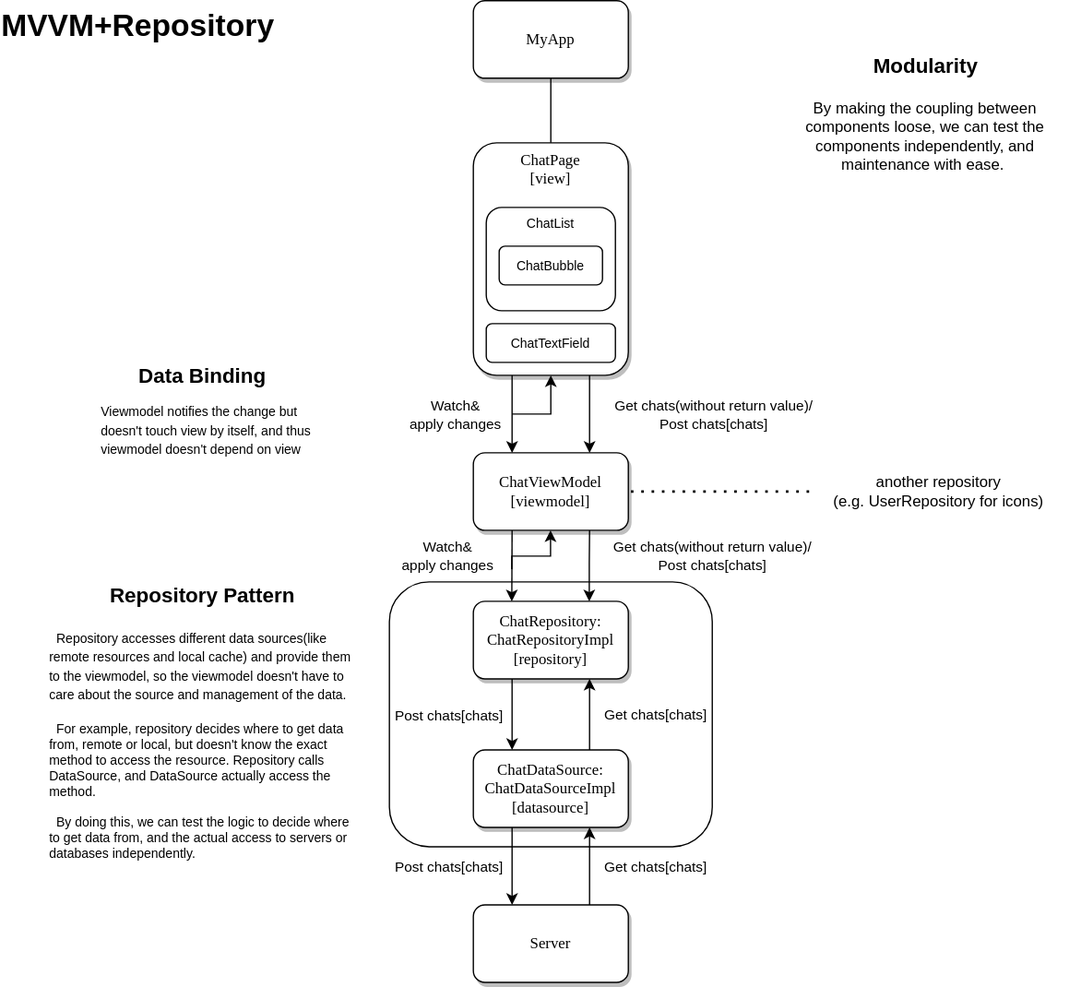
The draw.io diagram lib/chatapp.drawio.svg in TakabayaP/chatapp, before a commit. Source tidied: cells renumbered, new cells last; positions are measured from the earlier drawing's top-left corner, leaving out a move shared by most shapes.
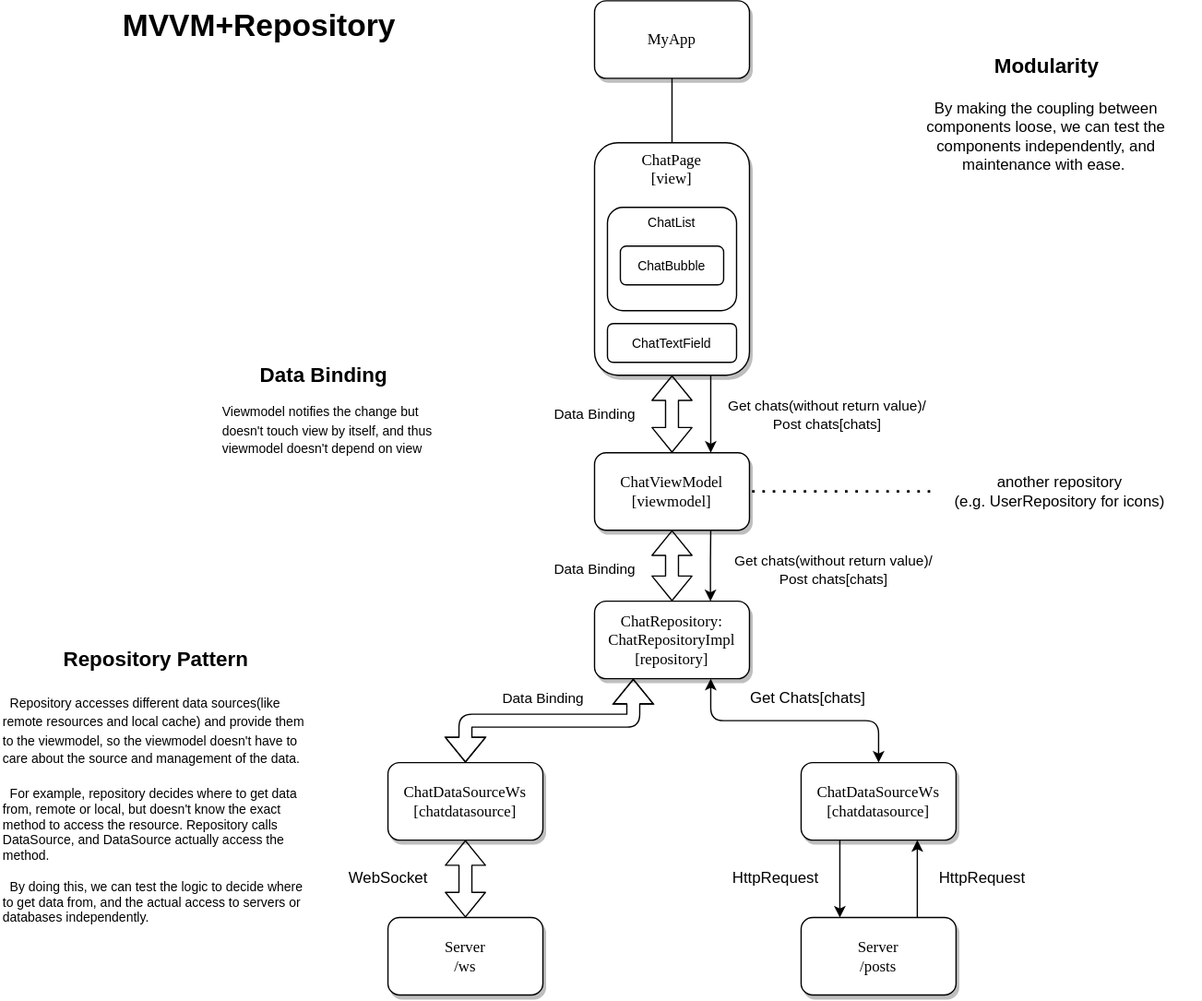
Above is the later version.

Change to the diagram source:
```diff
@@ -1,21 +1,10 @@
-<mxGraphModel background="#FFFFFF">
+<mxGraphModel>
   <root>
     <mxCell id="0" />
     <mxCell id="1" parent="0" />
-    <mxCell id="2" style="rounded=1;whiteSpace=wrap;html=1;fontSize=16;" parent="1" vertex="1">
-      <mxGeometry x="265" y="450" width="250" height="205" as="geometry" />
-    </mxCell>
     <mxCell id="3" value="MyApp" style="whiteSpace=wrap;html=1;rounded=1;shadow=1;labelBackgroundColor=none;strokeWidth=1;fontFamily=Verdana;fontSize=12;align=center;" parent="1" vertex="1">
       <mxGeometry x="330" width="120" height="60" as="geometry" />
     </mxCell>
-    <mxCell id="4" style="edgeStyle=orthogonalEdgeStyle;rounded=0;comic=0;jettySize=auto;html=1;labelBorderColor=none;entryX=0.5;entryY=1;entryDx=0;entryDy=0;" parent="1" edge="1" target="5">
-      <mxGeometry relative="1" as="geometry">
-        <mxPoint x="360" y="320" as="sourcePoint" />
-        <Array as="points">
-          <mxPoint x="390" y="320" />
-        </Array>
-      </mxGeometry>
-    </mxCell>
     <mxCell id="5" value="&lt;span&gt;ChatPage&lt;br&gt;[view]&lt;br&gt;&lt;/span&gt;" style="whiteSpace=wrap;html=1;rounded=1;shadow=1;labelBackgroundColor=none;strokeWidth=1;fontFamily=Verdana;fontSize=12;align=center;verticalAlign=top;" parent="1" vertex="1">
       <mxGeometry x="330" y="110" width="120" height="180" as="geometry" />
     </mxCell>
@@ -25,16 +14,6 @@
     <mxCell id="7" value="&lt;span&gt;ChatViewModel&lt;br&gt;[viewmodel]&lt;/span&gt;" style="whiteSpace=wrap;html=1;rounded=1;shadow=1;labelBackgroundColor=none;strokeWidth=1;fontFamily=Verdana;fontSize=12;align=center;" parent="1" vertex="1">
       <mxGeometry x="330" y="350" width="120" height="60" as="geometry" />
     </mxCell>
-    <mxCell id="8" style="endArrow=classic;html=1;rounded=0;labelBorderColor=none;comic=0;exitX=0.25;exitY=1;exitDx=0;exitDy=0;" parent="1" edge="1" source="5">
-      <mxGeometry relative="1" as="geometry">
-        <mxPoint x="360" y="350" as="targetPoint" />
-      </mxGeometry>
-    </mxCell>
-    <mxCell id="9" value="Watch&amp;amp;&lt;br&gt;apply changes" style="edgeLabel;html=1;align=center;verticalAlign=middle;" parent="8" vertex="1">
-      <mxGeometry relative="1" as="geometry">
-        <mxPoint x="-45" as="offset" />
-      </mxGeometry>
-    </mxCell>
     <mxCell id="10" value="&lt;span&gt;ChatRepository: ChatRepositoryImpl&lt;br&gt;[repository]&lt;/span&gt;" style="whiteSpace=wrap;html=1;rounded=1;shadow=1;labelBackgroundColor=none;strokeWidth=1;fontFamily=Verdana;fontSize=12;align=center;" parent="1" vertex="1">
       <mxGeometry x="330" y="465" width="120" height="60" as="geometry" />
     </mxCell>
@@ -47,49 +26,15 @@
     </mxCell>
     <mxCell id="12" value="Get chats(without return value)/&lt;br&gt;Post chats[chats]" style="edgeLabel;html=1;align=center;verticalAlign=middle;" parent="11" vertex="1">
       <mxGeometry relative="1" as="geometry">
-        <mxPoint x="95" as="offset" />
+        <mxPoint x="90" as="offset" />
       </mxGeometry>
     </mxCell>
-    <mxCell id="13" value="ChatDataSource:&lt;br&gt;ChatDataSourceImpl&lt;br&gt;[datasource]" style="whiteSpace=wrap;html=1;rounded=1;shadow=1;labelBackgroundColor=none;strokeWidth=1;fontFamily=Verdana;fontSize=12;align=center;" parent="1" vertex="1">
-      <mxGeometry x="330" y="580" width="120" height="60" as="geometry" />
+    <mxCell id="13" value="ChatDataSourceWs&lt;br&gt;[chatdatasource]" style="whiteSpace=wrap;html=1;rounded=1;shadow=1;labelBackgroundColor=none;strokeWidth=1;fontFamily=Verdana;fontSize=12;align=center;" parent="1" vertex="1">
+      <mxGeometry x="170" y="590" width="120" height="60" as="geometry" />
     </mxCell>
-    <mxCell id="14" style="endArrow=classic;html=1;rounded=0;labelBorderColor=none;comic=0;exitX=0.25;exitY=1;exitDx=0;exitDy=0;entryX=0.25;entryY=0;entryDx=0;entryDy=0;" parent="1" edge="1" source="10" target="13">
-      <mxGeometry relative="1" as="geometry" />
-    </mxCell>
-    <mxCell id="15" value="Post chats[chats]" style="edgeLabel;html=1;align=center;verticalAlign=middle;" parent="14" vertex="1">
-      <mxGeometry relative="1" as="geometry">
-        <mxPoint x="-50" as="offset" />
-      </mxGeometry>
-    </mxCell>
-    <mxCell id="16" style="endArrow=classic;html=1;rounded=0;labelBorderColor=none;comic=0;exitX=0.75;exitY=0;exitDx=0;exitDy=0;entryX=0.75;entryY=1;entryDx=0;entryDy=0;" parent="1" edge="1" source="13" target="10">
-      <mxGeometry relative="1" as="geometry" />
-    </mxCell>
-    <mxCell id="17" value="Get chats[chats]" style="edgeLabel;html=1;align=center;verticalAlign=middle;" parent="16" vertex="1">
-      <mxGeometry relative="1" as="geometry">
-        <mxPoint x="50" as="offset" />
-      </mxGeometry>
-    </mxCell>
-    <mxCell id="18" value="Server" style="whiteSpace=wrap;html=1;rounded=1;shadow=1;labelBackgroundColor=none;strokeWidth=1;fontFamily=Verdana;fontSize=12;align=center;" parent="1" vertex="1">
-      <mxGeometry x="330" y="700" width="120" height="60" as="geometry" />
+    <mxCell id="18" value="Server&lt;br&gt;/ws" style="whiteSpace=wrap;html=1;rounded=1;shadow=1;labelBackgroundColor=none;strokeWidth=1;fontFamily=Verdana;fontSize=12;align=center;" parent="1" vertex="1">
+      <mxGeometry x="170" y="710" width="120" height="60" as="geometry" />
     </mxCell>
-    <mxCell id="19" style="endArrow=classic;html=1;rounded=0;labelBorderColor=none;comic=0;exitX=0.25;exitY=1;exitDx=0;exitDy=0;entryX=0.25;entryY=0;entryDx=0;entryDy=0;" parent="1" edge="1" source="13" target="18">
-      <mxGeometry relative="1" as="geometry" />
-    </mxCell>
-    <mxCell id="20" value="Post chats[chats]" style="edgeLabel;html=1;align=center;verticalAlign=middle;" parent="19" vertex="1">
-      <mxGeometry relative="1" as="geometry">
-        <mxPoint x="-50" as="offset" />
-      </mxGeometry>
-    </mxCell>
-    <mxCell id="21" style="endArrow=classic;html=1;rounded=0;labelBorderColor=none;comic=0;exitX=0.75;exitY=0;exitDx=0;exitDy=0;entryX=0.75;entryY=1;entryDx=0;entryDy=0;" parent="1" edge="1" source="18">
-      <mxGeometry relative="1" as="geometry">
-        <mxPoint x="420" y="640" as="targetPoint" />
-      </mxGeometry>
-    </mxCell>
-    <mxCell id="22" value="Get chats[chats]" style="edgeLabel;html=1;align=center;verticalAlign=middle;" parent="21" vertex="1">
-      <mxGeometry relative="1" as="geometry">
-        <mxPoint x="50" as="offset" />
-      </mxGeometry>
-    </mxCell>
     <mxCell id="23" value="&lt;font style=&quot;font-size: 10px&quot;&gt;&lt;br&gt;Viewmodel notifies the change but doesn't touch view by itself, and thus viewmodel doesn't depend on view&lt;/font&gt;" style="text;html=1;strokeColor=none;fillColor=none;align=left;verticalAlign=middle;whiteSpace=wrap;rounded=0;" parent="1" vertex="1">
       <mxGeometry x="40" y="280" width="170" height="90" as="geometry" />
     </mxCell>
@@ -97,10 +42,10 @@
       <mxGeometry x="70" y="270" width="100" height="40" as="geometry" />
     </mxCell>
     <mxCell id="25" value="&lt;font style=&quot;font-size: 10px&quot;&gt;&amp;nbsp; Repository accesses different data sources(like remote resources and local cache) and provide them to the viewmodel, so the viewmodel doesn't have to care about the source and management of the data.&lt;br&gt;&lt;br&gt;&lt;div&gt;&lt;span&gt;&amp;nbsp; For example, repository decides where to get data from, remote or local, but doesn't know the exact method to access the resource. Repository calls DataSource, and DataSource actually access the method.&lt;/span&gt;&lt;/div&gt;&lt;div&gt;&lt;span&gt;&lt;br&gt;&lt;/span&gt;&lt;/div&gt;&lt;div&gt;&lt;span&gt;&amp;nbsp; By doing this, we can test the logic to decide where to get data from, and the actual access to servers or databases independently.&lt;/span&gt;&lt;/div&gt;&lt;/font&gt;" style="text;html=1;strokeColor=none;fillColor=none;align=left;verticalAlign=top;whiteSpace=wrap;rounded=0;" parent="1" vertex="1">
-      <mxGeometry y="480" width="240" height="190" as="geometry" />
+      <mxGeometry x="-130" y="530" width="240" height="190" as="geometry" />
     </mxCell>
     <mxCell id="26" value="Repository Pattern" style="text;strokeColor=none;fillColor=none;html=1;fontSize=16;fontStyle=1;verticalAlign=middle;align=center;" parent="1" vertex="1">
-      <mxGeometry x="70" y="440" width="100" height="40" as="geometry" />
+      <mxGeometry x="-60" y="490" width="100" height="40" as="geometry" />
     </mxCell>
     <mxCell id="27" value="ChatList" style="rounded=1;whiteSpace=wrap;html=1;fontSize=10;verticalAlign=top;" parent="1" vertex="1">
       <mxGeometry x="340" y="160" width="100" height="80" as="geometry" />
@@ -120,26 +65,6 @@
     <mxCell id="32" value="Modularity" style="text;strokeColor=none;fillColor=none;html=1;fontSize=16;fontStyle=1;verticalAlign=middle;align=center;" parent="1" vertex="1">
       <mxGeometry x="630" y="30" width="100" height="40" as="geometry" />
     </mxCell>
-    <mxCell id="33" style="edgeStyle=orthogonalEdgeStyle;rounded=0;comic=0;orthogonalLoop=1;jettySize=auto;html=1;labelBorderColor=none;entryX=0.5;entryY=1;entryDx=0;entryDy=0;" parent="1" edge="1">
-      <mxGeometry relative="1" as="geometry">
-        <mxPoint x="359.8" y="440" as="sourcePoint" />
-        <mxPoint x="389.8" y="410" as="targetPoint" />
-        <Array as="points">
-          <mxPoint x="360" y="430" />
-          <mxPoint x="390" y="430" />
-        </Array>
-      </mxGeometry>
-    </mxCell>
-    <mxCell id="34" style="endArrow=classic;html=1;rounded=0;labelBorderColor=none;comic=0;exitX=0.25;exitY=1;exitDx=0;exitDy=0;" parent="1" edge="1" source="7">
-      <mxGeometry relative="1" as="geometry">
-        <mxPoint x="359.8" y="465" as="targetPoint" />
-      </mxGeometry>
-    </mxCell>
-    <mxCell id="35" value="Watch&amp;amp;&lt;br&gt;apply changes" style="edgeLabel;html=1;align=center;verticalAlign=middle;" parent="34" vertex="1">
-      <mxGeometry relative="1" as="geometry">
-        <mxPoint x="-50" y="-8" as="offset" />
-      </mxGeometry>
-    </mxCell>
     <mxCell id="36" style="endArrow=classic;html=1;rounded=0;labelBorderColor=none;comic=0;entryX=0.75;entryY=0;entryDx=0;entryDy=0;exitX=0.75;exitY=1;exitDx=0;exitDy=0;" parent="1" edge="1" source="7">
       <mxGeometry relative="1" as="geometry">
         <mxPoint x="419.8" y="465" as="targetPoint" />
@@ -150,7 +75,7 @@
     </mxCell>
     <mxCell id="37" value="Get chats(without return value)/&lt;br&gt;Post chats[chats]" style="edgeLabel;html=1;align=center;verticalAlign=middle;" parent="36" vertex="1">
       <mxGeometry relative="1" as="geometry">
-        <mxPoint x="95" y="-8" as="offset" />
+        <mxPoint x="95" y="3" as="offset" />
       </mxGeometry>
     </mxCell>
     <mxCell id="38" style="endArrow=none;dashed=1;html=1;dashPattern=1 3;strokeWidth=2;rounded=0;entryX=1;entryY=0.5;entryDx=0;entryDy=0;" parent="1" edge="1" target="7">
@@ -161,5 +86,55 @@
     <mxCell id="39" value="another repository&lt;br&gt;(e.g. UserRepository for icons)" style="text;html=1;align=center;verticalAlign=middle;strokeColor=none;fillColor=none;" parent="1" vertex="1">
       <mxGeometry x="600" y="365" width="180" height="30" as="geometry" />
     </mxCell>
+    <mxCell id="40" style="shape=flexArrow;endArrow=classic;startArrow=classic;html=1;entryX=0.5;entryY=1;entryDx=0;entryDy=0;exitX=0.5;exitY=0;exitDx=0;exitDy=0;fillColor=none;" parent="1" edge="1" source="7" target="5">
+      <mxGeometry relative="1" as="geometry" />
+    </mxCell>
+    <mxCell id="41" value="Data Binding" style="edgeLabel;html=1;align=center;verticalAlign=middle;" parent="1" vertex="1">
+      <mxGeometry x="330" y="320" as="geometry" />
+    </mxCell>
+    <mxCell id="42" value="Data Binding" style="edgeLabel;html=1;align=center;verticalAlign=middle;" parent="1" vertex="1">
+      <mxGeometry x="330" y="440" as="geometry" />
+    </mxCell>
+    <mxCell id="43" style="shape=flexArrow;endArrow=classic;startArrow=classic;html=1;entryX=0.5;entryY=1;entryDx=0;entryDy=0;exitX=0.5;exitY=0;exitDx=0;exitDy=0;fillColor=none;" parent="1" edge="1" source="10">
+      <mxGeometry relative="1" as="geometry">
+        <mxPoint x="390" y="410" as="targetPoint" />
+      </mxGeometry>
+    </mxCell>
+    <mxCell id="44" value="Data Binding" style="edgeLabel;html=1;align=center;verticalAlign=middle;" parent="1" vertex="1">
+      <mxGeometry x="290" y="540" as="geometry" />
+    </mxCell>
+    <mxCell id="16" style="shape=flexArrow;endArrow=classic;startArrow=classic;html=1;entryX=0.25;entryY=1;entryDx=0;entryDy=0;exitX=0.5;exitY=0;exitDx=0;exitDy=0;fillColor=none;edgeStyle=orthogonalEdgeStyle;" parent="1" edge="1" source="13" target="10">
+      <mxGeometry relative="1" as="geometry" />
+    </mxCell>
+    <mxCell id="45" style="shape=flexArrow;endArrow=classic;startArrow=classic;html=1;gradientColor=none;exitX=0.5;exitY=0;exitDx=0;exitDy=0;entryX=0.5;entryY=1;entryDx=0;entryDy=0;" parent="1" edge="1" source="18" target="13">
+      <mxGeometry relative="1" as="geometry" />
+    </mxCell>
+    <mxCell id="46" value="WebSocket" style="text;html=1;align=center;verticalAlign=middle;strokeColor=none;" parent="1" vertex="1">
+      <mxGeometry x="130" y="670" width="80" height="20" as="geometry" />
+    </mxCell>
+    <mxCell id="47" style="edgeStyle=orthogonalEdgeStyle;html=1;exitX=0.25;exitY=1;exitDx=0;exitDy=0;entryX=0.25;entryY=0;entryDx=0;entryDy=0;gradientColor=none;" parent="1" edge="1" source="48" target="50">
+      <mxGeometry relative="1" as="geometry" />
+    </mxCell>
+    <mxCell id="48" value="ChatDataSourceWs&lt;br&gt;[chatdatasource]" style="whiteSpace=wrap;html=1;rounded=1;shadow=1;labelBackgroundColor=none;strokeWidth=1;fontFamily=Verdana;fontSize=12;align=center;" parent="1" vertex="1">
+      <mxGeometry x="490" y="590" width="120" height="60" as="geometry" />
+    </mxCell>
+    <mxCell id="49" style="edgeStyle=orthogonalEdgeStyle;html=1;exitX=0.75;exitY=0;exitDx=0;exitDy=0;entryX=0.75;entryY=1;entryDx=0;entryDy=0;gradientColor=none;" parent="1" edge="1" source="50" target="48">
+      <mxGeometry relative="1" as="geometry" />
+    </mxCell>
+    <mxCell id="50" value="Server&lt;br&gt;/posts" style="whiteSpace=wrap;html=1;rounded=1;shadow=1;labelBackgroundColor=none;strokeWidth=1;fontFamily=Verdana;fontSize=12;align=center;" parent="1" vertex="1">
+      <mxGeometry x="490" y="710" width="120" height="60" as="geometry" />
+    </mxCell>
+    <mxCell id="51" value="HttpRequest" style="text;html=1;align=center;verticalAlign=middle;strokeColor=none;" parent="1" vertex="1">
+      <mxGeometry x="430" y="670" width="80" height="20" as="geometry" />
+    </mxCell>
+    <mxCell id="52" value="HttpRequest" style="text;html=1;align=center;verticalAlign=middle;strokeColor=none;" parent="1" vertex="1">
+      <mxGeometry x="590" y="670" width="80" height="20" as="geometry" />
+    </mxCell>
+    <mxCell id="53" value="Get Chats[chats]" style="text;html=1;align=center;verticalAlign=middle;strokeColor=none;" parent="1" vertex="1">
+      <mxGeometry x="440" y="530" width="110" height="20" as="geometry" />
+    </mxCell>
+    <mxCell id="54" style="endArrow=classic;startArrow=classic;html=1;gradientColor=none;entryX=0.5;entryY=0;entryDx=0;entryDy=0;exitX=0.75;exitY=1;exitDx=0;exitDy=0;edgeStyle=orthogonalEdgeStyle;" parent="1" edge="1" source="10" target="48">
+      <mxGeometry relative="1" as="geometry" />
+    </mxCell>
   </root>
 </mxGraphModel>
```
